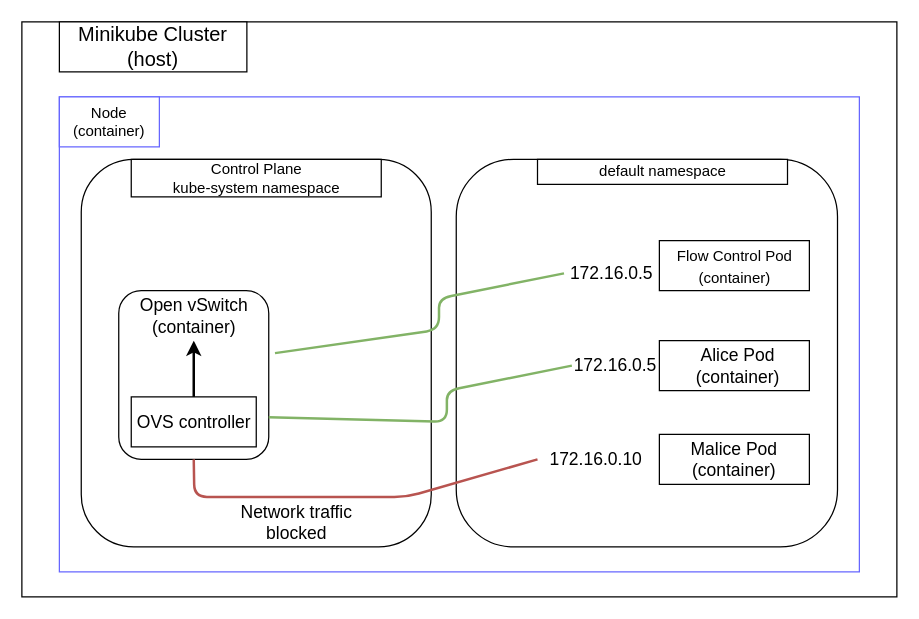
Earlier version of the draw.io diagram page "Copy of Blocking an ip" (4 of 4) of demos/demo1_v2/demo1.drawio (parasecurity/principals). Source tidied: cells renumbered, new cells numbered last; positions are measured from the earlier drawing's top-left corner, leaving out a move shared by most shapes. Both pictures are drawn from the tidied source at 125%, with x=0, y=0 at pixel (21, 21).
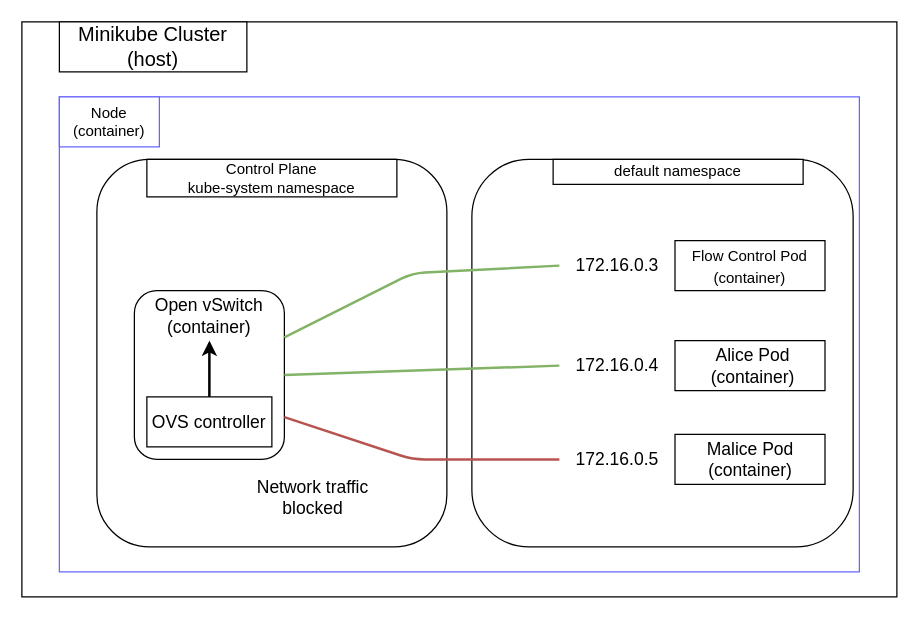
Above is the later version.

Unchanged cells that the change refers to:
```xml
<mxCell id="9" value="&lt;font style=&quot;font-size: 16px&quot;&gt;&lt;br&gt;&lt;/font&gt;" style="rounded=1;whiteSpace=wrap;html=1;" parent="6" vertex="1">
  <mxGeometry x="30" y="105" width="120" height="135" as="geometry" />
</mxCell>
```

The edit, as a diff of the source:
```diff
@@
     <mxCell id="6" style="group;" parent="1" vertex="1">
-      <mxGeometry x="47.5" y="110" width="605" height="340" as="geometry" />
+      <mxGeometry x="60" y="110" width="605" height="340" as="geometry" />
     </mxCell>
@@
-    <mxCell id="11" style="endArrow=none;html=1;entryX=0;entryY=0.5;entryDx=0;entryDy=0;fillColor=#d5e8d4;strokeColor=#82b366;strokeWidth=2;exitX=1;exitY=0.75;exitDx=0;exitDy=0;" parent="6" edge="1" source="9" target="12">
-      <mxGeometry relative="1" as="geometry">
-        <Array as="points">
-          <mxPoint x="292.5" y="210" />
-          <mxPoint x="292.5" y="185" />
-        </Array>
-      </mxGeometry>
+    <mxCell id="11" style="endArrow=none;html=1;entryX=0;entryY=0.5;entryDx=0;entryDy=0;fillColor=#d5e8d4;strokeColor=#82b366;strokeWidth=2;exitX=1;exitY=0.5;exitDx=0;exitDy=0;" parent="6" edge="1" source="9" target="12">
+      <mxGeometry relative="1" as="geometry" />
     </mxCell>
-    <mxCell id="12" value="172.16.0.5" style="text;html=1;strokeColor=none;fillColor=none;align=center;verticalAlign=middle;whiteSpace=wrap;rounded=0;fontSize=14;" parent="6" vertex="1">
-      <mxGeometry x="392.5" y="155" width="70" height="20" as="geometry" />
+    <mxCell id="12" value="172.16.0.4" style="text;html=1;strokeColor=none;fillColor=none;align=center;verticalAlign=middle;whiteSpace=wrap;rounded=0;fontSize=14;" parent="6" vertex="1">
+      <mxGeometry x="370" y="155" width="92.5" height="20" as="geometry" />
     </mxCell>
@@
-    <mxCell id="15" value="172.16.0.10" style="text;html=1;strokeColor=none;fillColor=none;align=center;verticalAlign=middle;whiteSpace=wrap;rounded=0;fontSize=14;" parent="6" vertex="1">
-      <mxGeometry x="365" y="230" width="92.5" height="20" as="geometry" />
+    <mxCell id="15" value="172.16.0.5" style="text;html=1;strokeColor=none;fillColor=none;align=center;verticalAlign=middle;whiteSpace=wrap;rounded=0;fontSize=14;" parent="6" vertex="1">
+      <mxGeometry x="370" y="230" width="92.5" height="20" as="geometry" />
     </mxCell>
-    <mxCell id="16" style="endArrow=none;html=1;strokeWidth=2;fontSize=14;exitX=0.5;exitY=1;exitDx=0;exitDy=0;entryX=0;entryY=0.5;entryDx=0;entryDy=0;fillColor=#f8cecc;strokeColor=#b85450;" parent="6" edge="1" source="9" target="15">
+    <mxCell id="16" style="endArrow=none;html=1;strokeWidth=2;fontSize=14;exitX=1;exitY=0.75;exitDx=0;exitDy=0;entryX=0;entryY=0.5;entryDx=0;entryDy=0;fillColor=#f8cecc;strokeColor=#b85450;" parent="6" edge="1" source="9" target="15">
       <mxGeometry relative="1" as="geometry">
         <Array as="points">
-          <mxPoint x="90.5" y="270" />
-          <mxPoint x="260.5" y="270" />
+          <mxPoint x="252.5" y="240" />
         </Array>
       </mxGeometry>
     </mxCell>
@@
-    <mxCell id="25" style="endArrow=none;html=1;entryX=0;entryY=0.5;entryDx=0;entryDy=0;fillColor=#d5e8d4;strokeColor=#82b366;strokeWidth=2;exitX=1;exitY=0.25;exitDx=0;exitDy=0;" parent="6" edge="1" target="26">
+    <mxCell id="25" style="endArrow=none;html=1;entryX=0;entryY=0.5;entryDx=0;entryDy=0;fillColor=#d5e8d4;strokeColor=#82b366;strokeWidth=2;" parent="6" edge="1" source="9" target="26">
       <mxGeometry relative="1" as="geometry">
-        <mxPoint x="155" y="155" as="sourcePoint" />
         <Array as="points">
-          <mxPoint x="286.2" y="136.2" />
-          <mxPoint x="286.2" y="111.2" />
+          <mxPoint x="252.5" y="91" />
         </Array>
       </mxGeometry>
     </mxCell>
-    <mxCell id="26" value="172.16.0.5" style="text;html=1;strokeColor=none;fillColor=none;align=center;verticalAlign=middle;whiteSpace=wrap;rounded=0;fontSize=14;" parent="6" vertex="1">
-      <mxGeometry x="386.2" y="81.2" width="76.2" height="20" as="geometry" />
+    <mxCell id="26" value="172.16.0.3" style="text;html=1;strokeColor=none;fillColor=none;align=center;verticalAlign=middle;whiteSpace=wrap;rounded=0;fontSize=14;" parent="6" vertex="1">
+      <mxGeometry x="370" y="75" width="92.5" height="20" as="geometry" />
     </mxCell>
     <mxCell id="27" value="Network traffic&lt;br&gt;blocked" style="text;html=1;strokeColor=none;fillColor=none;align=center;verticalAlign=middle;whiteSpace=wrap;rounded=0;fontSize=14;" parent="6" vertex="1">
-      <mxGeometry x="122.5" y="270" width="100" height="40" as="geometry" />
+      <mxGeometry x="122.5" y="250" width="100" height="40" as="geometry" />
     </mxCell>
```
